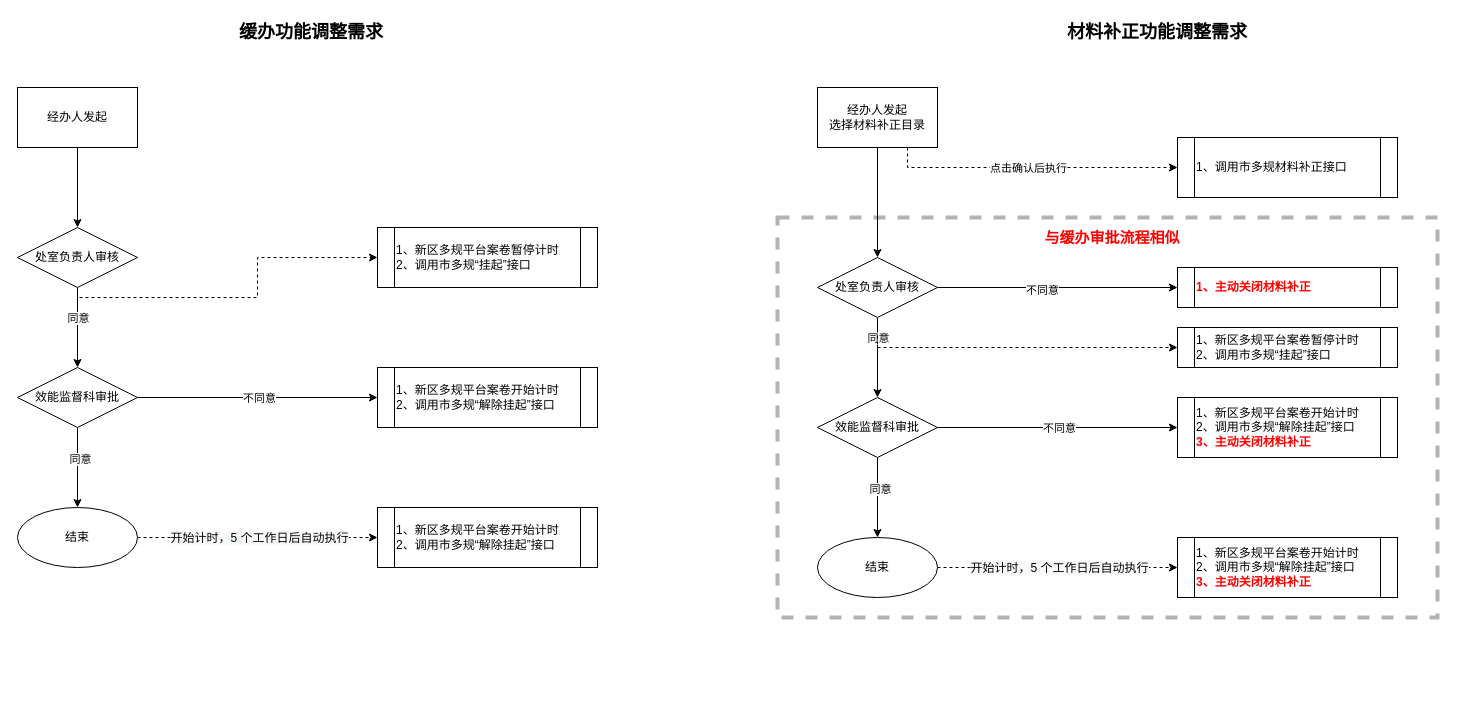
The draw.io diagram Untitled Diagram.drawio in 806100963/draw.io, before the edit. Source tidied: cells renumbered, new cells numbered last; positions are measured from the earlier drawing's top-left corner, leaving out a move shared by most shapes. Both pictures are drawn from the tidied source at 100%, with x=0, y=0 at pixel (17, 17).
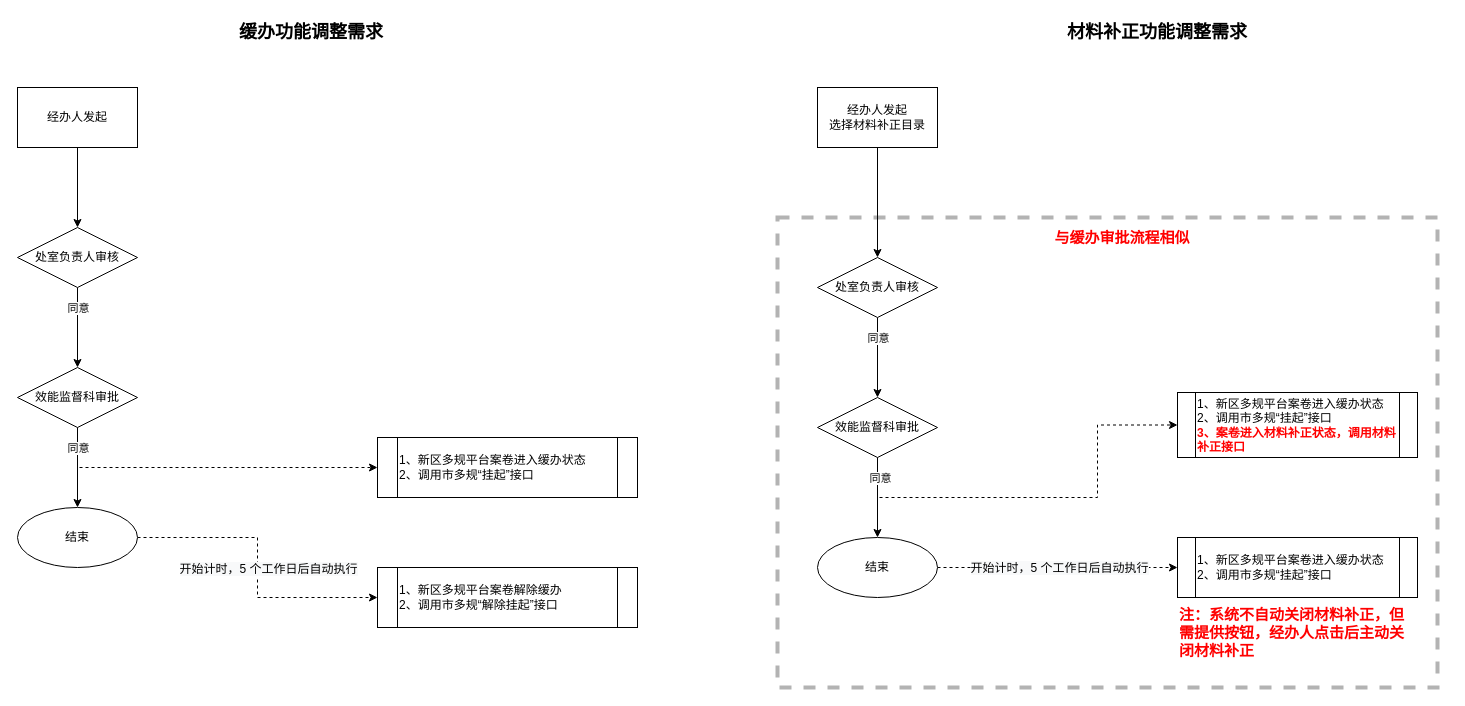
The same diagram, later.

The change refers to these unchanged cells:
```xml
<mxCell id="5" style="edgeStyle=orthogonalEdgeStyle;rounded=0;jettySize=auto;html=1;" parent="1" edge="1" source="8" target="13">
  <mxGeometry relative="1" as="geometry" />
</mxCell>
<mxCell id="8" value="&lt;span&gt;处室负责人审核&lt;/span&gt;" style="rhombus;whiteSpace=wrap;html=1;" parent="1" vertex="1">
  <mxGeometry y="210" width="120" height="60" as="geometry" />
</mxCell>
<mxCell id="11" style="edgeStyle=orthogonalEdgeStyle;rounded=0;jettySize=auto;html=1;" parent="1" edge="1" source="13" target="18">
  <mxGeometry relative="1" as="geometry" />
</mxCell>
<mxCell id="13" value="&lt;span&gt;效能监督科审批&lt;/span&gt;" style="rhombus;whiteSpace=wrap;html=1;" parent="1" vertex="1">
  <mxGeometry y="350" width="120" height="60" as="geometry" />
</mxCell>
<mxCell id="16" style="edgeStyle=orthogonalEdgeStyle;rounded=0;jettySize=auto;html=1;exitX=1;exitY=0.5;exitDx=0;exitDy=0;entryX=0;entryY=0.5;entryDx=0;entryDy=0;dashed=1;" parent="1" edge="1" source="18" target="19">
  <mxGeometry relative="1" as="geometry" />
</mxCell>
<mxCell id="25" value="经办人发起&lt;br&gt;选择材料补正目录" style="rounded=0;whiteSpace=wrap;html=1;" parent="1" vertex="1">
  <mxGeometry x="800" y="70" width="120" height="60" as="geometry" />
</mxCell>
<mxCell id="32" value="&lt;span&gt;处室负责人审核&lt;/span&gt;" style="rhombus;whiteSpace=wrap;html=1;" parent="1" vertex="1">
  <mxGeometry x="800" y="240" width="120" height="60" as="geometry" />
</mxCell>
<mxCell id="35" style="edgeStyle=orthogonalEdgeStyle;rounded=0;jettySize=auto;html=1;" parent="1" edge="1" source="37" target="42">
  <mxGeometry relative="1" as="geometry" />
</mxCell>
<mxCell id="37" value="&lt;span&gt;效能监督科审批&lt;/span&gt;" style="rhombus;whiteSpace=wrap;html=1;" parent="1" vertex="1">
  <mxGeometry x="800" y="380" width="120" height="60" as="geometry" />
</mxCell>
```

The edit, as a diff of the source:
```diff
@@
     <mxCell id="2" style="rounded=0;whiteSpace=wrap;html=1;fontSize=12;dashed=1;strokeWidth=4;fontColor=#B3B3B3;strokeColor=#B3B3B3;" parent="1" vertex="1">
-      <mxGeometry x="760" y="200" width="660" height="400" as="geometry" />
+      <mxGeometry x="760" y="200" width="660" height="470" as="geometry" />
     </mxCell>
@@
     <mxCell id="6" value="同意" style="edgeLabel;html=1;align=center;verticalAlign=middle;" parent="5" vertex="1">
       <mxGeometry x="-0.25" y="-2" relative="1" as="geometry">
-        <mxPoint x="2" as="offset" />
+        <mxPoint x="2" y="-10" as="offset" />
       </mxGeometry>
     </mxCell>
-    <mxCell id="7" style="edgeStyle=orthogonalEdgeStyle;rounded=0;jettySize=auto;html=1;exitX=0.5;exitY=1;exitDx=0;exitDy=0;entryX=0;entryY=0.5;entryDx=0;entryDy=0;dashed=1;fontSize=18;" parent="1" edge="1" source="8" target="14">
+    <mxCell id="7" style="edgeStyle=orthogonalEdgeStyle;rounded=0;jettySize=auto;html=1;exitX=0.5;exitY=1;exitDx=0;exitDy=0;entryX=0;entryY=0.5;entryDx=0;entryDy=0;dashed=1;fontSize=18;" parent="1" edge="1" source="13" target="14">
       <mxGeometry relative="1" as="geometry">
         <Array as="points">
-          <mxPoint x="60" y="280" />
-          <mxPoint x="240" y="280" />
-          <mxPoint x="240" y="240" />
+          <mxPoint x="60" y="450" />
+          <mxPoint x="360" y="450" />
         </Array>
       </mxGeometry>
     </mxCell>
@@
-    <mxCell id="9" style="edgeStyle=orthogonalEdgeStyle;rounded=0;jettySize=auto;html=1;exitX=1;exitY=0.5;exitDx=0;exitDy=0;entryX=0;entryY=0.5;entryDx=0;entryDy=0;" parent="1" edge="1" source="13" target="15">
-      <mxGeometry relative="1" as="geometry" />
-    </mxCell>
-    <mxCell id="10" value="不同意" style="edgeLabel;html=1;align=center;verticalAlign=middle;" parent="9" vertex="1">
-      <mxGeometry x="-0.12" y="-1" relative="1" as="geometry">
-        <mxPoint x="15" y="-1" as="offset" />
-      </mxGeometry>
-    </mxCell>
@@
     <mxCell id="12" value="同意" style="edgeLabel;html=1;align=center;verticalAlign=middle;" parent="11" vertex="1">
-      <mxGeometry x="-0.22" y="2" relative="1" as="geometry" />
+      <mxGeometry x="-0.22" y="2" relative="1" as="geometry">
+        <mxPoint x="-2" y="-11" as="offset" />
+      </mxGeometry>
     </mxCell>
@@
-    <mxCell id="14" value="1、新区多规平台案卷暂停计时&lt;br&gt;2、调用市多规“挂起”接口" style="shape=process;whiteSpace=wrap;html=1;backgroundOutline=1;align=left;size=0.07692307692307693;" parent="1" vertex="1">
-      <mxGeometry x="360" y="210" width="220" height="60" as="geometry" />
+    <mxCell id="14" value="1、新区多规平台案卷进入缓办状态&lt;br&gt;2、调用市多规“挂起”接口" style="shape=process;whiteSpace=wrap;html=1;backgroundOutline=1;align=left;size=0.07692307692307693;" parent="1" vertex="1">
+      <mxGeometry x="360" y="420" width="260" height="60" as="geometry" />
     </mxCell>
-    <mxCell id="15" value="1、新区多规平台案卷开始计时&lt;br&gt;2、调用市多规“解除挂起”接口" style="shape=process;whiteSpace=wrap;html=1;backgroundOutline=1;align=left;size=0.07692307692307693;" parent="1" vertex="1">
-      <mxGeometry x="360" y="350" width="220" height="60" as="geometry" />
-    </mxCell>
@@
     <mxCell id="17" value="&lt;span style=&quot;font-size: 12px ; text-align: left ; background-color: rgb(248 , 249 , 250)&quot;&gt;开始计时，5 个工作日后自动执行&lt;/span&gt;" style="edgeLabel;html=1;align=center;verticalAlign=middle;" parent="16" vertex="1">
       <mxGeometry x="-0.12" y="2" relative="1" as="geometry">
-        <mxPoint x="15" y="2" as="offset" />
+        <mxPoint x="8" y="19" as="offset" />
       </mxGeometry>
     </mxCell>
@@
-    <mxCell id="19" value="1、新区多规平台案卷开始计时&lt;br&gt;2、调用市多规“解除挂起”接口" style="shape=process;whiteSpace=wrap;html=1;backgroundOutline=1;align=left;size=0.07692307692307693;" parent="1" vertex="1">
-      <mxGeometry x="360" y="490" width="220" height="60" as="geometry" />
+    <mxCell id="19" value="1、新区多规平台案卷解除缓办&lt;br&gt;2、调用市多规“解除挂起”接口" style="shape=process;whiteSpace=wrap;html=1;backgroundOutline=1;align=left;size=0.07692307692307693;" parent="1" vertex="1">
+      <mxGeometry x="360" y="550" width="260" height="60" as="geometry" />
     </mxCell>
@@
-    <mxCell id="22" style="edgeStyle=orthogonalEdgeStyle;rounded=0;jettySize=auto;html=1;exitX=0.75;exitY=1;exitDx=0;exitDy=0;entryX=0;entryY=0.5;entryDx=0;entryDy=0;fontSize=12;dashed=1;" parent="1" edge="1" source="25" target="26">
-      <mxGeometry relative="1" as="geometry" />
-    </mxCell>
-    <mxCell id="23" value="点击确认后执行" style="edgeLabel;html=1;align=center;verticalAlign=middle;" parent="22" vertex="1">
-      <mxGeometry x="-0.18" y="-3" relative="1" as="geometry">
-        <mxPoint x="21" y="-3" as="offset" />
-      </mxGeometry>
-    </mxCell>
@@
-    <mxCell id="26" value="1、调用市多规材料补正接口" style="shape=process;whiteSpace=wrap;html=1;backgroundOutline=1;align=left;size=0.07692307692307693;" parent="1" vertex="1">
-      <mxGeometry x="1160" y="120" width="220" height="60" as="geometry" />
-    </mxCell>
@@
-    <mxCell id="29" style="edgeStyle=orthogonalEdgeStyle;rounded=0;jettySize=auto;html=1;exitX=0.5;exitY=1;exitDx=0;exitDy=0;entryX=0;entryY=0.5;entryDx=0;entryDy=0;dashed=1;fontSize=18;" parent="1" edge="1" source="32" target="38">
+    <mxCell id="29" style="edgeStyle=orthogonalEdgeStyle;rounded=0;jettySize=auto;html=1;exitX=0.5;exitY=1;exitDx=0;exitDy=0;entryX=0;entryY=0.5;entryDx=0;entryDy=0;dashed=1;fontSize=18;" parent="1" edge="1" source="37" target="38">
       <mxGeometry relative="1" as="geometry">
         <Array as="points">
-          <mxPoint x="860" y="330" />
+          <mxPoint x="860" y="480" />
+          <mxPoint x="1080" y="480" />
+          <mxPoint x="1080" y="408" />
         </Array>
       </mxGeometry>
     </mxCell>
-    <mxCell id="30" style="edgeStyle=orthogonalEdgeStyle;rounded=0;jettySize=auto;html=1;exitX=1;exitY=0.5;exitDx=0;exitDy=0;entryX=0;entryY=0.5;entryDx=0;entryDy=0;" parent="1" edge="1" source="32" target="45">
-      <mxGeometry relative="1" as="geometry" />
-    </mxCell>
-    <mxCell id="31" value="不同意" style="edgeLabel;html=1;align=center;verticalAlign=middle;" parent="30" vertex="1">
-      <mxGeometry x="-0.13" y="-2" relative="1" as="geometry" />
-    </mxCell>
@@
-    <mxCell id="33" style="edgeStyle=orthogonalEdgeStyle;rounded=0;jettySize=auto;html=1;exitX=1;exitY=0.5;exitDx=0;exitDy=0;entryX=0;entryY=0.5;entryDx=0;entryDy=0;" parent="1" edge="1" source="37" target="39">
-      <mxGeometry relative="1" as="geometry" />
-    </mxCell>
-    <mxCell id="34" value="不同意" style="edgeLabel;html=1;align=center;verticalAlign=middle;" parent="33" vertex="1">
-      <mxGeometry x="-0.12" y="-1" relative="1" as="geometry">
-        <mxPoint x="15" y="-1" as="offset" />
-      </mxGeometry>
-    </mxCell>
@@
     <mxCell id="36" value="同意" style="edgeLabel;html=1;align=center;verticalAlign=middle;" parent="35" vertex="1">
-      <mxGeometry x="-0.22" y="2" relative="1" as="geometry" />
+      <mxGeometry x="-0.22" y="2" relative="1" as="geometry">
+        <mxPoint y="-11" as="offset" />
+      </mxGeometry>
     </mxCell>
@@
-    <mxCell id="38" value="1、新区多规平台案卷暂停计时&lt;br&gt;2、调用市多规“挂起”接口" style="shape=process;whiteSpace=wrap;html=1;backgroundOutline=1;align=left;size=0.07692307692307693;" parent="1" vertex="1">
-      <mxGeometry x="1160" y="310" width="220" height="40" as="geometry" />
+    <mxCell id="38" value="1、新区多规平台案卷进入缓办状态&lt;br&gt;2、调用市多规“挂起”接口&lt;br&gt;&lt;b&gt;&lt;font color=&quot;#ff0000&quot;&gt;3、案卷进入材料补正状态，调用材料补正接口&lt;/font&gt;&lt;/b&gt;" style="shape=process;whiteSpace=wrap;html=1;backgroundOutline=1;align=left;size=0.07692307692307693;" parent="1" vertex="1">
+      <mxGeometry x="1160" y="375" width="240" height="65" as="geometry" />
     </mxCell>
-    <mxCell id="39" value="1、新区多规平台案卷开始计时&lt;br&gt;2、调用市多规“解除挂起”接口&lt;br&gt;&lt;b&gt;&lt;font color=&quot;#ff0000&quot;&gt;3、&lt;/font&gt;&lt;/b&gt;&lt;b&gt;&lt;font color=&quot;#ff0000&quot;&gt;主动&lt;/font&gt;&lt;/b&gt;&lt;b&gt;&lt;font color=&quot;#ff0000&quot;&gt;关闭材料补正&lt;/font&gt;&lt;/b&gt;" style="shape=process;whiteSpace=wrap;html=1;backgroundOutline=1;align=left;size=0.07692307692307693;" parent="1" vertex="1">
-      <mxGeometry x="1160" y="380" width="220" height="60" as="geometry" />
-    </mxCell>
@@
-    <mxCell id="43" value="1、新区多规平台案卷开始计时&lt;br&gt;2、调用市多规“解除挂起”接口&lt;br&gt;&lt;b&gt;&lt;font color=&quot;#ff0000&quot;&gt;3、&lt;/font&gt;&lt;/b&gt;&lt;b&gt;&lt;font color=&quot;#ff0000&quot;&gt;主动&lt;/font&gt;&lt;/b&gt;&lt;b&gt;&lt;font color=&quot;#ff0000&quot;&gt;关闭材料补正&lt;/font&gt;&lt;/b&gt;" style="shape=process;whiteSpace=wrap;html=1;backgroundOutline=1;align=left;size=0.07692307692307693;" parent="1" vertex="1">
-      <mxGeometry x="1160" y="520" width="220" height="60" as="geometry" />
+    <mxCell id="43" value="1、新区多规平台案卷进入缓办状态&lt;br&gt;2、调用市多规“挂起”接口" style="shape=process;whiteSpace=wrap;html=1;backgroundOutline=1;align=left;size=0.07692307692307693;" parent="1" vertex="1">
+      <mxGeometry x="1160" y="520" width="240" height="60" as="geometry" />
     </mxCell>
     <mxCell id="44" value="与缓办审批流程相似" style="text;html=1;strokeColor=none;fillColor=none;align=center;verticalAlign=middle;whiteSpace=wrap;rounded=0;dashed=1;fontSize=15;fontStyle=1;fontColor=#FF0000;" parent="1" vertex="1">
-      <mxGeometry x="970" y="210" width="250" height="20" as="geometry" />
+      <mxGeometry x="970" y="210" width="270" height="20" as="geometry" />
     </mxCell>
-    <mxCell id="45" value="&lt;b&gt;&lt;font color=&quot;#ff0000&quot;&gt;1、主动关闭材料补正&lt;/font&gt;&lt;/b&gt;" style="shape=process;whiteSpace=wrap;html=1;backgroundOutline=1;align=left;size=0.07692307692307693;" parent="1" vertex="1">
-      <mxGeometry x="1160" y="250" width="220" height="40" as="geometry" />
-    </mxCell>
+    <mxCell id="46" value="注：系统不自动关闭材料补正，但需提供按钮，经办人点击后主动关闭材料补正" style="text;html=1;strokeColor=none;fillColor=none;align=left;verticalAlign=middle;whiteSpace=wrap;rounded=0;dashed=1;fontSize=15;fontStyle=1;fontColor=#FF0000;" parent="1" vertex="1">
+      <mxGeometry x="1160" y="580" width="240" height="70" as="geometry" />
+    </mxCell>
```
